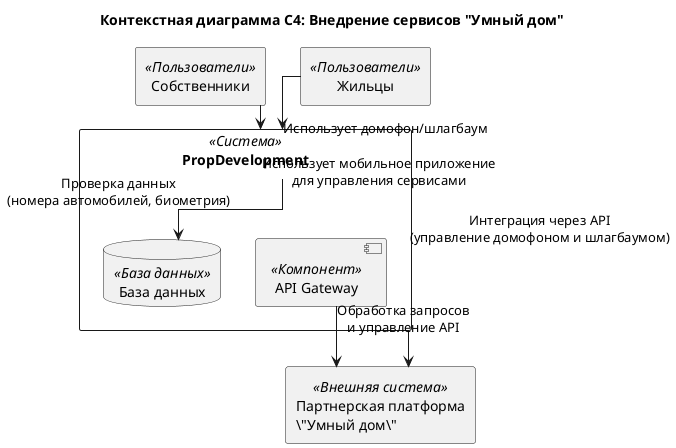
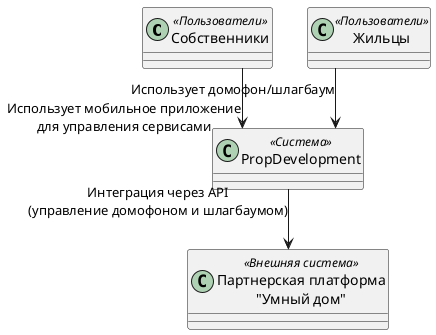
@startuml
!define RECTANGLE class

skinparam linetype ortho

- title Контекстная диаграмма C4: Внедрение сервисов "Умный дом"
- 
- rectangle "Собственники" as Собственники <<Пользователи>> {
+ RECTANGLE "Собственники" as Собственники <<Пользователи>> {
}

- rectangle "Жильцы" as Жильцы <<Пользователи>> {
+ RECTANGLE "Жильцы" as Жильцы <<Пользователи>> {
}

- rectangle "Партнерская платформа\n\"Умный дом\"" as ПартнерскаяПлатформа <<Внешняя система>> {
+ RECTANGLE "Партнерская платформа\n"Умный дом"" as ПартнерскаяПлатформа <<Внешняя система>> {
}

- rectangle "PropDevelopment" as PropDevelopment <<Система>> {
-     component "API Gateway" as APIGateway <<Компонент>> {
-     }
-     database "База данных" as БазаДанных <<База данных>> {
-     }
+ 
+ RECTANGLE "PropDevelopment" as PropDevelopment <<Система>> {
}

Собственники --> PropDevelopment : Использует мобильное приложение\nдля управления сервисами
Жильцы --> PropDevelopment : Использует домофон/шлагбаум
PropDevelopment --> ПартнерскаяПлатформа : Интеграция через API\n(управление домофоном и шлагбаумом)
- PropDevelopment --> БазаДанных : Проверка данных\n(номера автомобилей, биометрия)
- APIGateway --> ПартнерскаяПлатформа : Обработка запросов\nи управление API
+ 

@enduml